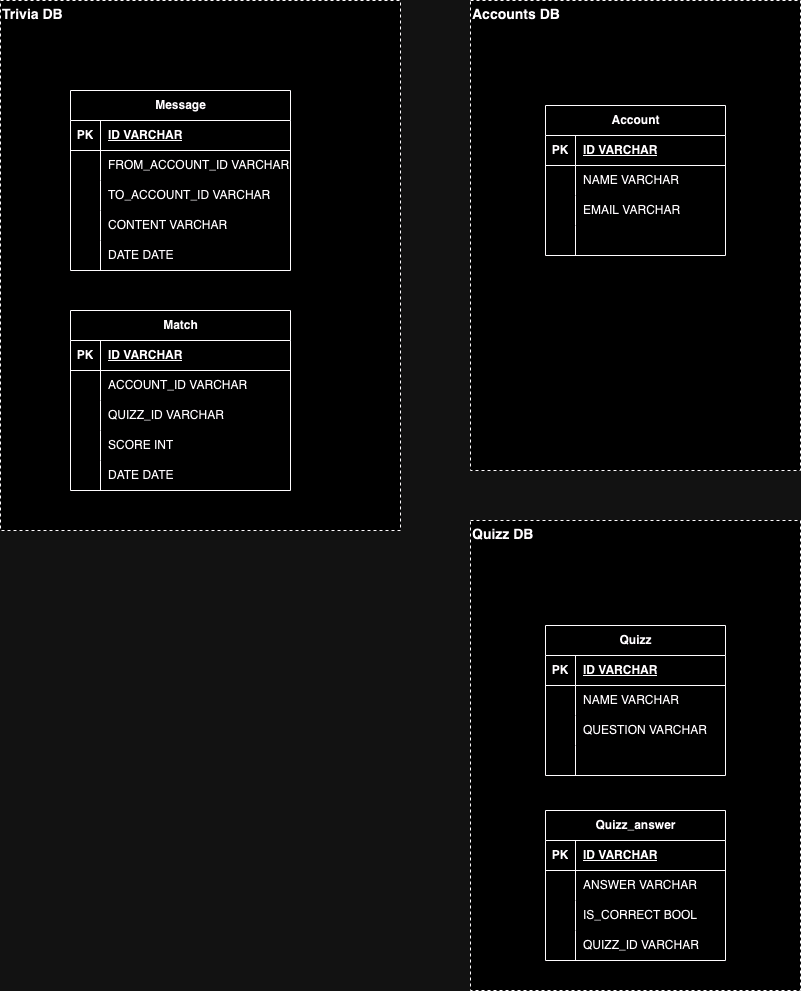
Earlier version of the draw.io export architecture/jack-chat-game/jack-chat-game-db.drawio.png (codegik/pocs). Source tidied: cells renumbered, new cells last; positions are measured from the earlier drawing's top-left corner, leaving out a move shared by most shapes.
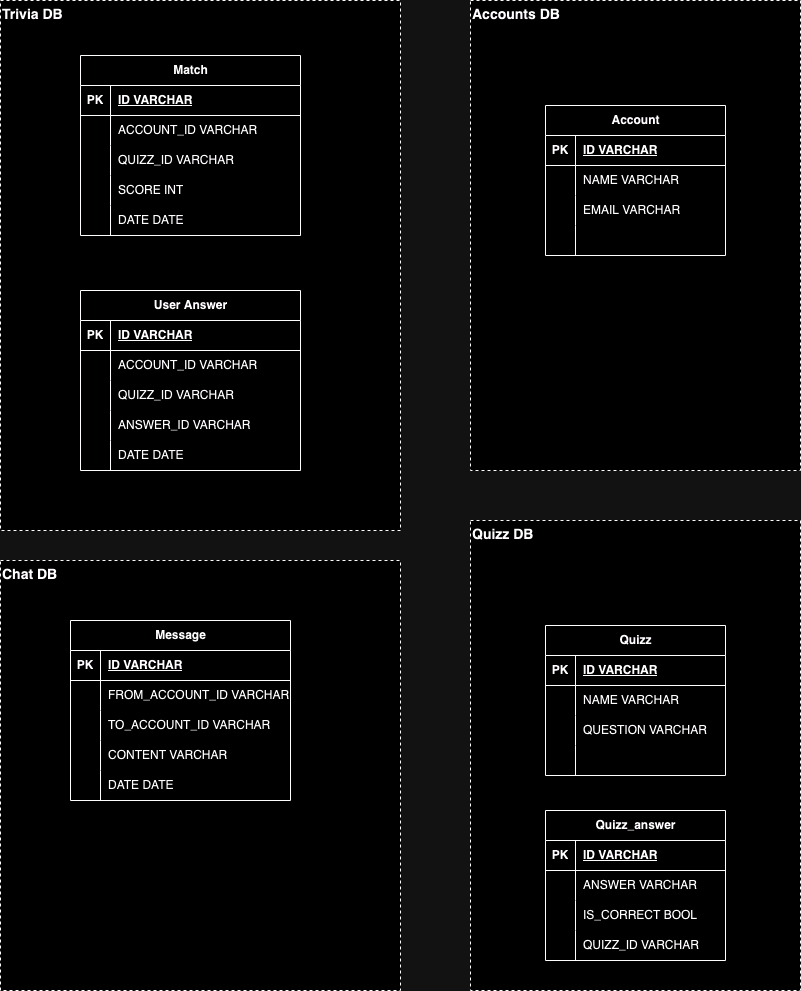
After the change.

The edit, as a diff of the source:
```diff
@@ -2,6 +2,9 @@
   <root>
     <mxCell id="0" />
     <mxCell id="1" parent="0" />
+    <mxCell id="76" value="Chat DB" style="rounded=0;whiteSpace=wrap;html=1;align=left;verticalAlign=top;dashed=1;fontStyle=1;fontSize=14;" parent="1" vertex="1">
+      <mxGeometry y="560" width="400" height="430" as="geometry" />
+    </mxCell>
     <mxCell id="2" value="Accounts DB" style="rounded=0;whiteSpace=wrap;html=1;align=left;verticalAlign=top;dashed=1;fontStyle=1;fontSize=14;" parent="1" vertex="1">
       <mxGeometry x="470" width="330" height="470" as="geometry" />
     </mxCell>
@@ -9,7 +12,7 @@
       <mxGeometry width="400" height="530" as="geometry" />
     </mxCell>
     <mxCell id="4" value="Message" style="shape=table;startSize=30;rowLines=0;fontStyle=1;align=center;html=1;" parent="1" vertex="1">
-      <mxGeometry x="70" y="90" width="220" height="180" as="geometry" />
+      <mxGeometry x="70" y="620" width="220" height="180" as="geometry" />
     </mxCell>
     <mxCell id="5" style="shape=tableRow;horizontal=0;startSize=0;swimlaneHead=0;swimlaneBody=0;fillColor=none;top=0;left=0;right=0;bottom=1;" parent="4" vertex="1">
       <mxGeometry y="30" width="220" height="30" as="geometry" />
@@ -96,7 +99,7 @@
       <mxGeometry x="30" width="150" height="30" as="geometry" />
     </mxCell>
     <mxCell id="33" value="Match" style="shape=table;startSize=30;rowLines=0;fontStyle=1;align=center;html=1;" parent="1" vertex="1">
-      <mxGeometry x="70" y="310" width="220" height="180" as="geometry" />
+      <mxGeometry x="80" y="55" width="220" height="180" as="geometry" />
     </mxCell>
     <mxCell id="34" style="shape=tableRow;horizontal=0;startSize=0;swimlaneHead=0;swimlaneBody=0;fillColor=none;top=0;left=0;right=0;bottom=1;" parent="33" vertex="1">
       <mxGeometry y="30" width="220" height="30" as="geometry" />
@@ -224,5 +227,53 @@
     <mxCell id="75" value="QUIZZ_ID VARCHAR" style="shape=partialRectangle;fillColor=none;top=0;left=0;bottom=0;right=0;align=left;spacingLeft=6;overflow=hidden;whiteSpace=wrap;html=1;" parent="73" vertex="1">
       <mxGeometry x="30" width="150" height="30" as="geometry" />
     </mxCell>
+    <mxCell id="77" value="User Answer" style="shape=table;startSize=30;rowLines=0;fontStyle=1;align=center;html=1;" parent="1" vertex="1">
+      <mxGeometry x="80" y="290" width="220" height="180" as="geometry" />
+    </mxCell>
+    <mxCell id="78" style="shape=tableRow;horizontal=0;startSize=0;swimlaneHead=0;swimlaneBody=0;fillColor=none;top=0;left=0;right=0;bottom=1;" parent="77" vertex="1">
+      <mxGeometry y="30" width="220" height="30" as="geometry" />
+    </mxCell>
+    <mxCell id="79" value="PK" style="shape=partialRectangle;fillColor=none;top=0;left=0;bottom=0;right=0;fontStyle=1;overflow=hidden;whiteSpace=wrap;html=1;" parent="78" vertex="1">
+      <mxGeometry width="30" height="30" as="geometry" />
+    </mxCell>
+    <mxCell id="80" value="ID VARCHAR" style="shape=partialRectangle;fillColor=none;top=0;left=0;bottom=0;right=0;align=left;spacingLeft=6;fontStyle=5;overflow=hidden;whiteSpace=wrap;html=1;" parent="78" vertex="1">
+      <mxGeometry x="30" width="190" height="30" as="geometry" />
+    </mxCell>
+    <mxCell id="81" style="shape=tableRow;horizontal=0;startSize=0;swimlaneHead=0;swimlaneBody=0;fillColor=none;top=0;left=0;right=0;bottom=0;" parent="77" vertex="1">
+      <mxGeometry y="60" width="220" height="30" as="geometry" />
+    </mxCell>
+    <mxCell id="82" style="shape=partialRectangle;fillColor=none;top=0;left=0;bottom=0;right=0;overflow=hidden;whiteSpace=wrap;html=1;" parent="81" vertex="1">
+      <mxGeometry width="30" height="30" as="geometry" />
+    </mxCell>
+    <mxCell id="83" value="ACCOUNT_ID VARCHAR " style="shape=partialRectangle;fillColor=none;top=0;left=0;bottom=0;right=0;align=left;spacingLeft=6;overflow=hidden;whiteSpace=wrap;html=1;" parent="81" vertex="1">
+      <mxGeometry x="30" width="190" height="30" as="geometry" />
+    </mxCell>
+    <mxCell id="84" style="shape=tableRow;horizontal=0;startSize=0;swimlaneHead=0;swimlaneBody=0;fillColor=none;top=0;left=0;right=0;bottom=0;" parent="77" vertex="1">
+      <mxGeometry y="90" width="220" height="30" as="geometry" />
+    </mxCell>
+    <mxCell id="85" style="shape=partialRectangle;fillColor=none;top=0;left=0;bottom=0;right=0;overflow=hidden;whiteSpace=wrap;html=1;" parent="84" vertex="1">
+      <mxGeometry width="30" height="30" as="geometry" />
+    </mxCell>
+    <mxCell id="86" value="QUIZZ_ID VARCHAR" style="shape=partialRectangle;fillColor=none;top=0;left=0;bottom=0;right=0;align=left;spacingLeft=6;overflow=hidden;whiteSpace=wrap;html=1;" parent="84" vertex="1">
+      <mxGeometry x="30" width="190" height="30" as="geometry" />
+    </mxCell>
+    <mxCell id="87" style="shape=tableRow;horizontal=0;startSize=0;swimlaneHead=0;swimlaneBody=0;fillColor=none;top=0;left=0;right=0;bottom=0;" parent="77" vertex="1">
+      <mxGeometry y="120" width="220" height="30" as="geometry" />
+    </mxCell>
+    <mxCell id="88" style="shape=partialRectangle;fillColor=none;top=0;left=0;bottom=0;right=0;overflow=hidden;whiteSpace=wrap;html=1;" parent="87" vertex="1">
+      <mxGeometry width="30" height="30" as="geometry" />
+    </mxCell>
+    <mxCell id="89" value="ANSWER_ID VARCHAR" style="shape=partialRectangle;fillColor=none;top=0;left=0;bottom=0;right=0;align=left;spacingLeft=6;overflow=hidden;whiteSpace=wrap;html=1;" parent="87" vertex="1">
+      <mxGeometry x="30" width="190" height="30" as="geometry" />
+    </mxCell>
+    <mxCell id="90" style="shape=tableRow;horizontal=0;startSize=0;swimlaneHead=0;swimlaneBody=0;fillColor=none;top=0;left=0;right=0;bottom=0;" parent="77" vertex="1">
+      <mxGeometry y="150" width="220" height="30" as="geometry" />
+    </mxCell>
+    <mxCell id="91" style="shape=partialRectangle;fillColor=none;top=0;left=0;bottom=0;right=0;overflow=hidden;whiteSpace=wrap;html=1;" parent="90" vertex="1">
+      <mxGeometry width="30" height="30" as="geometry" />
+    </mxCell>
+    <mxCell id="92" value="DATE DATE" style="shape=partialRectangle;fillColor=none;top=0;left=0;bottom=0;right=0;align=left;spacingLeft=6;overflow=hidden;whiteSpace=wrap;html=1;" parent="90" vertex="1">
+      <mxGeometry x="30" width="190" height="30" as="geometry" />
+    </mxCell>
   </root>
 </mxGraphModel>
```
